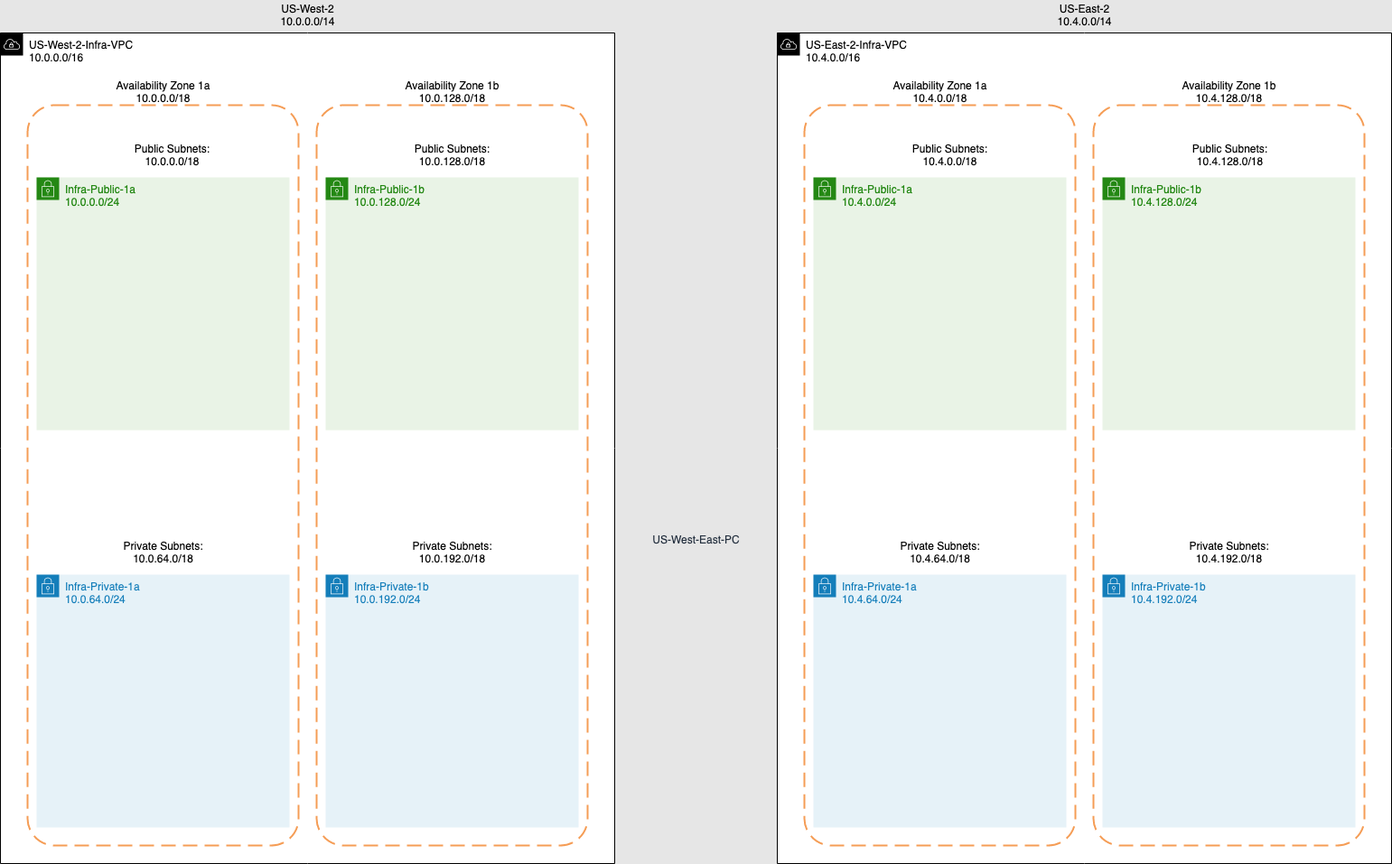
Above: aws-infra-topology.png in that1guy15/aws-infra-terraform (draw.io), before the change. Source tidied: cells renumbered, new cells last; positions are measured from the earlier drawing's top-left corner, leaving out a move shared by most shapes. The source it was exported from:
```xml
<mxGraphModel background="#E6E6E6">
  <root>
    <mxCell id="0" />
    <mxCell id="1" parent="0" />
    <mxCell id="2" value="US-East-2-Infra-VPC&lt;br&gt;10.4.0.0/16" style="html=1;whiteSpace=wrap;fontSize=12;fontStyle=0;shape=mxgraph.aws4.group;grIcon=mxgraph.aws4.group_vpc;verticalAlign=top;align=left;spacingLeft=30;dashed=0;" parent="1" vertex="1">
      <mxGeometry x="860" y="36" width="680" height="920" as="geometry" />
    </mxCell>
    <mxCell id="3" value="US-West-2-Infra-VPC&lt;br&gt;10.0.0.0/16" style="html=1;whiteSpace=wrap;fontSize=12;fontStyle=0;shape=mxgraph.aws4.group;grIcon=mxgraph.aws4.group_vpc;verticalAlign=top;align=left;spacingLeft=30;dashed=0;" parent="1" vertex="1">
      <mxGeometry y="36" width="680" height="920" as="geometry" />
    </mxCell>
    <mxCell id="4" style="rounded=1;arcSize=10;dashed=1;strokeColor=#F59D56;fillColor=none;gradientColor=none;dashPattern=8 4;strokeWidth=2;" parent="1" vertex="1">
      <mxGeometry x="350" y="116" width="300" height="820" as="geometry" />
    </mxCell>
    <mxCell id="5" style="rounded=1;arcSize=10;dashed=1;strokeColor=#F59D56;fillColor=none;gradientColor=none;dashPattern=8 4;strokeWidth=2;" parent="1" vertex="1">
      <mxGeometry x="30" y="116" width="300" height="820" as="geometry" />
    </mxCell>
    <mxCell id="6" value="US-West-2&lt;br&gt;10.0.0.0/14" style="text;html=1;align=center;verticalAlign=middle;fillColor=none;strokeColor=none;rounded=0;" parent="1" vertex="1">
      <mxGeometry x="305" width="70" height="32" as="geometry" />
    </mxCell>
    <mxCell id="7" value="Infra-Private-1a&lt;br&gt;10.0.64.0/24" style="gradientColor=none;html=1;whiteSpace=wrap;fontSize=12;fontStyle=0;shape=mxgraph.aws4.group;grIcon=mxgraph.aws4.group_security_group;grStroke=0;strokeColor=#147EBA;fillColor=#E6F2F8;verticalAlign=top;align=left;spacingLeft=30;fontColor=#147EBA;dashed=0;" parent="1" vertex="1">
      <mxGeometry x="40" y="636" width="280" height="280" as="geometry" />
    </mxCell>
    <mxCell id="8" value="Infra-Private-1b&lt;br&gt;10.0.192.0/24" style="gradientColor=none;html=1;whiteSpace=wrap;fontSize=12;fontStyle=0;shape=mxgraph.aws4.group;grIcon=mxgraph.aws4.group_security_group;grStroke=0;strokeColor=#147EBA;fillColor=#E6F2F8;verticalAlign=top;align=left;spacingLeft=30;fontColor=#147EBA;dashed=0;" parent="1" vertex="1">
      <mxGeometry x="360" y="636" width="280" height="280" as="geometry" />
    </mxCell>
    <mxCell id="9" value="Infra-Public-1a&lt;br&gt;10.0.0.0/24" style="gradientColor=none;html=1;whiteSpace=wrap;fontSize=12;fontStyle=0;shape=mxgraph.aws4.group;grIcon=mxgraph.aws4.group_security_group;grStroke=0;strokeColor=#248814;fillColor=#E9F3E6;verticalAlign=top;align=left;spacingLeft=30;fontColor=#248814;dashed=0;" parent="1" vertex="1">
      <mxGeometry x="40" y="196" width="280" height="280" as="geometry" />
    </mxCell>
    <mxCell id="10" value="Infra-Public-1b&lt;br&gt;10.0.128.0/24" style="gradientColor=none;html=1;whiteSpace=wrap;fontSize=12;fontStyle=0;shape=mxgraph.aws4.group;grIcon=mxgraph.aws4.group_security_group;grStroke=0;strokeColor=#248814;fillColor=#E9F3E6;verticalAlign=top;align=left;spacingLeft=30;fontColor=#248814;dashed=0;" parent="1" vertex="1">
      <mxGeometry x="360" y="196" width="280" height="280" as="geometry" />
    </mxCell>
    <mxCell id="11" value="Availability Zone 1a&lt;br&gt;10.0.0.0/18" style="text;html=1;align=center;verticalAlign=middle;fillColor=none;strokeColor=none;rounded=0;" parent="1" vertex="1">
      <mxGeometry x="120" y="86" width="120" height="30" as="geometry" />
    </mxCell>
    <mxCell id="12" value="Availability Zone 1b&lt;br&gt;10.0.128.0/18" style="text;html=1;align=center;verticalAlign=middle;fillColor=none;strokeColor=none;rounded=0;" parent="1" vertex="1">
      <mxGeometry x="440" y="86" width="120" height="30" as="geometry" />
    </mxCell>
    <mxCell id="13" value="Public Subnets:&lt;br&gt;10.0.0.0/18" style="text;html=1;align=center;verticalAlign=middle;fillColor=none;strokeColor=none;rounded=0;" parent="1" vertex="1">
      <mxGeometry x="140" y="156" width="100" height="30" as="geometry" />
    </mxCell>
    <mxCell id="14" value="Private Subnets:&lt;br&gt;10.0.64.0/18" style="text;html=1;align=center;verticalAlign=middle;fillColor=none;strokeColor=none;rounded=0;" parent="1" vertex="1">
      <mxGeometry x="130" y="596" width="100" height="30" as="geometry" />
    </mxCell>
    <mxCell id="15" value="Public Subnets:&lt;br&gt;10.0.128.0/18" style="text;html=1;align=center;verticalAlign=middle;fillColor=none;strokeColor=none;rounded=0;" parent="1" vertex="1">
      <mxGeometry x="450" y="156" width="100" height="30" as="geometry" />
    </mxCell>
    <mxCell id="16" value="Private Subnets:&lt;br&gt;10.0.192.0/18" style="text;html=1;align=center;verticalAlign=middle;fillColor=none;strokeColor=none;rounded=0;" parent="1" vertex="1">
      <mxGeometry x="451" y="595" width="98" height="32" as="geometry" />
    </mxCell>
    <mxCell id="17" style="rounded=1;arcSize=10;dashed=1;strokeColor=#F59D56;fillColor=none;gradientColor=none;dashPattern=8 4;strokeWidth=2;" parent="1" vertex="1">
      <mxGeometry x="1210" y="116" width="300" height="820" as="geometry" />
    </mxCell>
    <mxCell id="18" style="rounded=1;arcSize=10;dashed=1;strokeColor=#F59D56;fillColor=none;gradientColor=none;dashPattern=8 4;strokeWidth=2;" parent="1" vertex="1">
      <mxGeometry x="890" y="116" width="300" height="820" as="geometry" />
    </mxCell>
    <mxCell id="19" value="Infra-Private-1a&lt;br&gt;10.4.64.0/24" style="gradientColor=none;html=1;whiteSpace=wrap;fontSize=12;fontStyle=0;shape=mxgraph.aws4.group;grIcon=mxgraph.aws4.group_security_group;grStroke=0;strokeColor=#147EBA;fillColor=#E6F2F8;verticalAlign=top;align=left;spacingLeft=30;fontColor=#147EBA;dashed=0;" parent="1" vertex="1">
      <mxGeometry x="900" y="636" width="280" height="280" as="geometry" />
    </mxCell>
    <mxCell id="20" value="Infra-Private-1b&lt;br&gt;10.4.192.0/24" style="gradientColor=none;html=1;whiteSpace=wrap;fontSize=12;fontStyle=0;shape=mxgraph.aws4.group;grIcon=mxgraph.aws4.group_security_group;grStroke=0;strokeColor=#147EBA;fillColor=#E6F2F8;verticalAlign=top;align=left;spacingLeft=30;fontColor=#147EBA;dashed=0;" parent="1" vertex="1">
      <mxGeometry x="1220" y="636" width="280" height="280" as="geometry" />
    </mxCell>
    <mxCell id="21" value="Infra-Public-1a&lt;br&gt;10.4.0.0/24" style="gradientColor=none;html=1;whiteSpace=wrap;fontSize=12;fontStyle=0;shape=mxgraph.aws4.group;grIcon=mxgraph.aws4.group_security_group;grStroke=0;strokeColor=#248814;fillColor=#E9F3E6;verticalAlign=top;align=left;spacingLeft=30;fontColor=#248814;dashed=0;" parent="1" vertex="1">
      <mxGeometry x="900" y="196" width="280" height="280" as="geometry" />
    </mxCell>
    <mxCell id="22" value="Infra-Public-1b&lt;br&gt;10.4.128.0/24" style="gradientColor=none;html=1;whiteSpace=wrap;fontSize=12;fontStyle=0;shape=mxgraph.aws4.group;grIcon=mxgraph.aws4.group_security_group;grStroke=0;strokeColor=#248814;fillColor=#E9F3E6;verticalAlign=top;align=left;spacingLeft=30;fontColor=#248814;dashed=0;" parent="1" vertex="1">
      <mxGeometry x="1220" y="196" width="280" height="280" as="geometry" />
    </mxCell>
    <mxCell id="23" value="Availability Zone 1a&lt;br&gt;10.4.0.0/18" style="text;html=1;align=center;verticalAlign=middle;fillColor=none;strokeColor=none;rounded=0;" parent="1" vertex="1">
      <mxGeometry x="983" y="85" width="114" height="32" as="geometry" />
    </mxCell>
    <mxCell id="24" value="Availability Zone 1b&lt;br&gt;10.4.128.0/18" style="text;html=1;align=center;verticalAlign=middle;fillColor=none;strokeColor=none;rounded=0;" parent="1" vertex="1">
      <mxGeometry x="1303" y="85" width="114" height="32" as="geometry" />
    </mxCell>
    <mxCell id="25" value="Public Subnets:&lt;br&gt;10.4.0.0/18" style="text;html=1;align=center;verticalAlign=middle;fillColor=none;strokeColor=none;rounded=0;" parent="1" vertex="1">
      <mxGeometry x="1004" y="155" width="93" height="32" as="geometry" />
    </mxCell>
    <mxCell id="26" value="Private Subnets:&lt;br&gt;10.4.64.0/18" style="text;html=1;align=center;verticalAlign=middle;fillColor=none;strokeColor=none;rounded=0;" parent="1" vertex="1">
      <mxGeometry x="991" y="595" width="98" height="32" as="geometry" />
    </mxCell>
    <mxCell id="27" value="Public Subnets:&lt;br&gt;10.4.128.0/18" style="text;html=1;align=center;verticalAlign=middle;fillColor=none;strokeColor=none;rounded=0;" parent="1" vertex="1">
      <mxGeometry x="1314" y="155" width="93" height="32" as="geometry" />
    </mxCell>
    <mxCell id="28" value="Private Subnets:&lt;br&gt;10.4.192.0/18" style="text;html=1;align=center;verticalAlign=middle;fillColor=none;strokeColor=none;rounded=0;" parent="1" vertex="1">
      <mxGeometry x="1311" y="595" width="98" height="32" as="geometry" />
    </mxCell>
    <mxCell id="29" value="US-East-2&lt;br&gt;10.4.0.0/14" style="text;html=1;align=center;verticalAlign=middle;fillColor=none;strokeColor=none;rounded=0;" parent="1" vertex="1">
      <mxGeometry x="1165" width="70" height="32" as="geometry" />
    </mxCell>
    <mxCell id="30" value="US-West-East-PC" style="fontColor=#232F3E;gradientColor=none;fillColor=#5A30B5;strokeColor=none;dashed=0;verticalLabelPosition=bottom;verticalAlign=top;align=center;html=1;fontSize=12;fontStyle=0;shape=mxgraph.aws4.peering;opacity=0;" parent="1" vertex="1">
      <mxGeometry x="731" y="506" width="78" height="78" as="geometry" />
    </mxCell>
  </root>
</mxGraphModel>
```
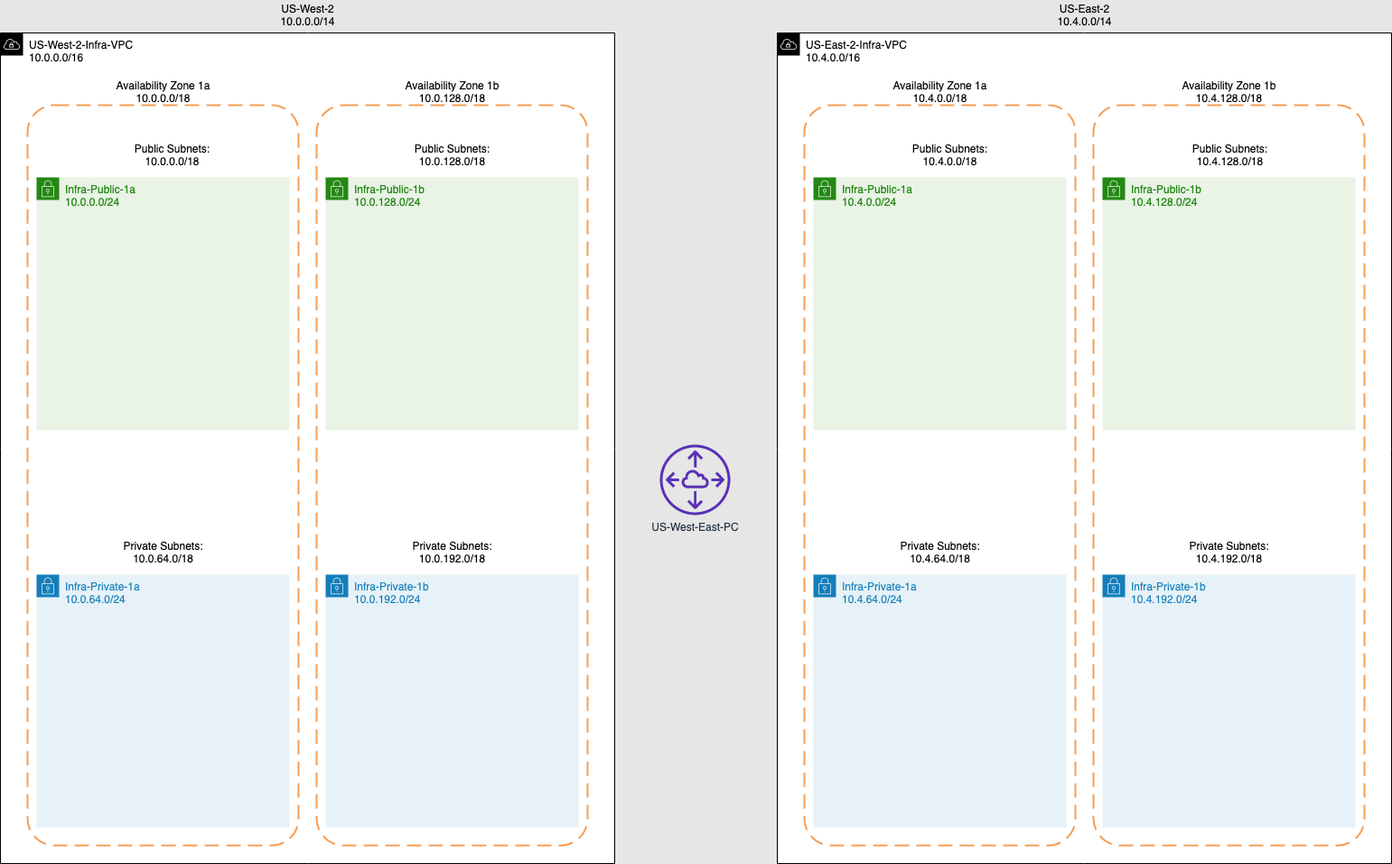
The same diagram one commit later.

Change to the diagram source:
```diff
@@ -86,8 +86,8 @@
     <mxCell id="29" value="US-East-2&lt;br&gt;10.4.0.0/14" style="text;html=1;align=center;verticalAlign=middle;fillColor=none;strokeColor=none;rounded=0;" parent="1" vertex="1">
       <mxGeometry x="1165" width="70" height="32" as="geometry" />
     </mxCell>
-    <mxCell id="30" value="US-West-East-PC" style="fontColor=#232F3E;gradientColor=none;fillColor=#5A30B5;strokeColor=none;dashed=0;verticalLabelPosition=bottom;verticalAlign=top;align=center;html=1;fontSize=12;fontStyle=0;shape=mxgraph.aws4.peering;opacity=0;" parent="1" vertex="1">
-      <mxGeometry x="731" y="506" width="78" height="78" as="geometry" />
+    <mxCell id="30" value="US-West-East-PC" style="fontColor=#232F3E;gradientColor=none;fillColor=#5A30B5;strokeColor=none;dashed=0;verticalLabelPosition=bottom;verticalAlign=top;align=center;html=1;fontSize=12;fontStyle=0;shape=mxgraph.aws4.peering;" parent="1" vertex="1">
+      <mxGeometry x="730" y="492" width="78" height="78" as="geometry" />
     </mxCell>
   </root>
 </mxGraphModel>
```
